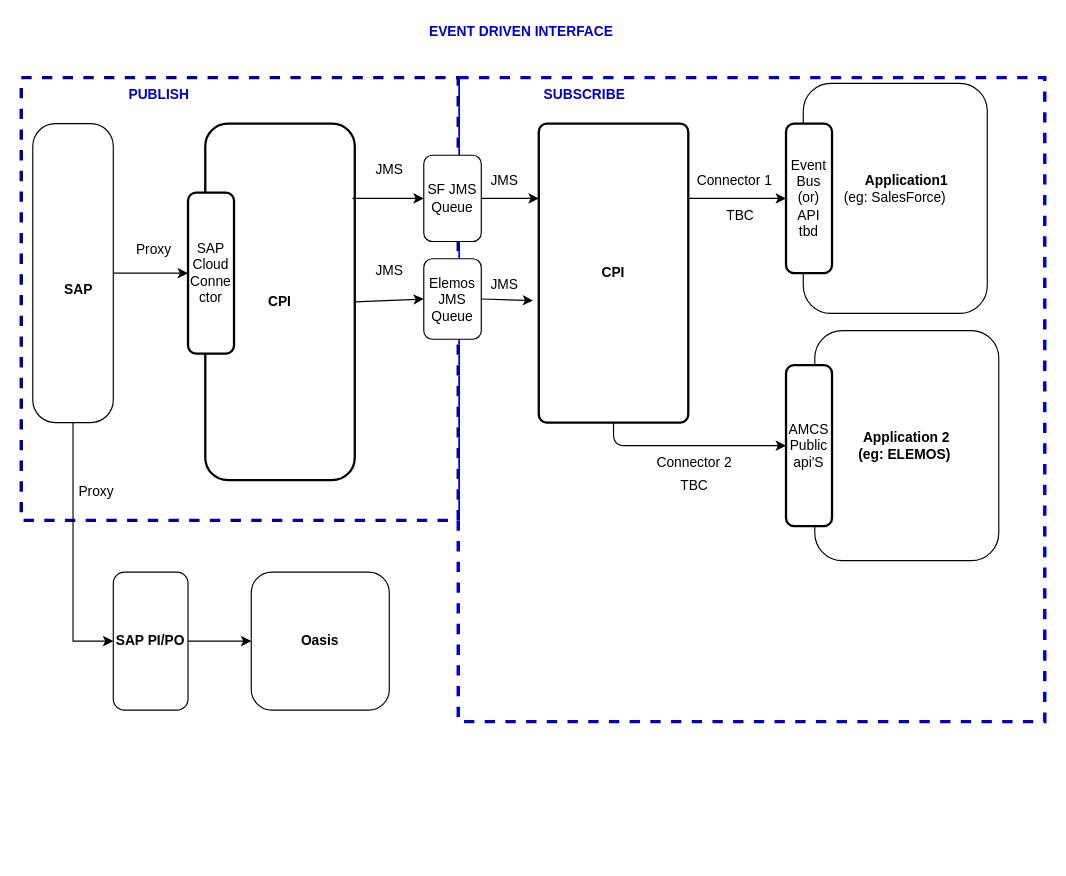
The draw.io diagram creditHold2.drawio in rdshankar-coder/rds, before the edit. Source tidied: cells renumbered, new cells numbered last; positions are measured from the earlier drawing's top-left corner, leaving out a move shared by most shapes. Both pictures are drawn from the tidied source at 115%, with x=0, y=0 at pixel (21, 20). Pictures stored in the file or linked from it are replaced by grey dashed boxes.
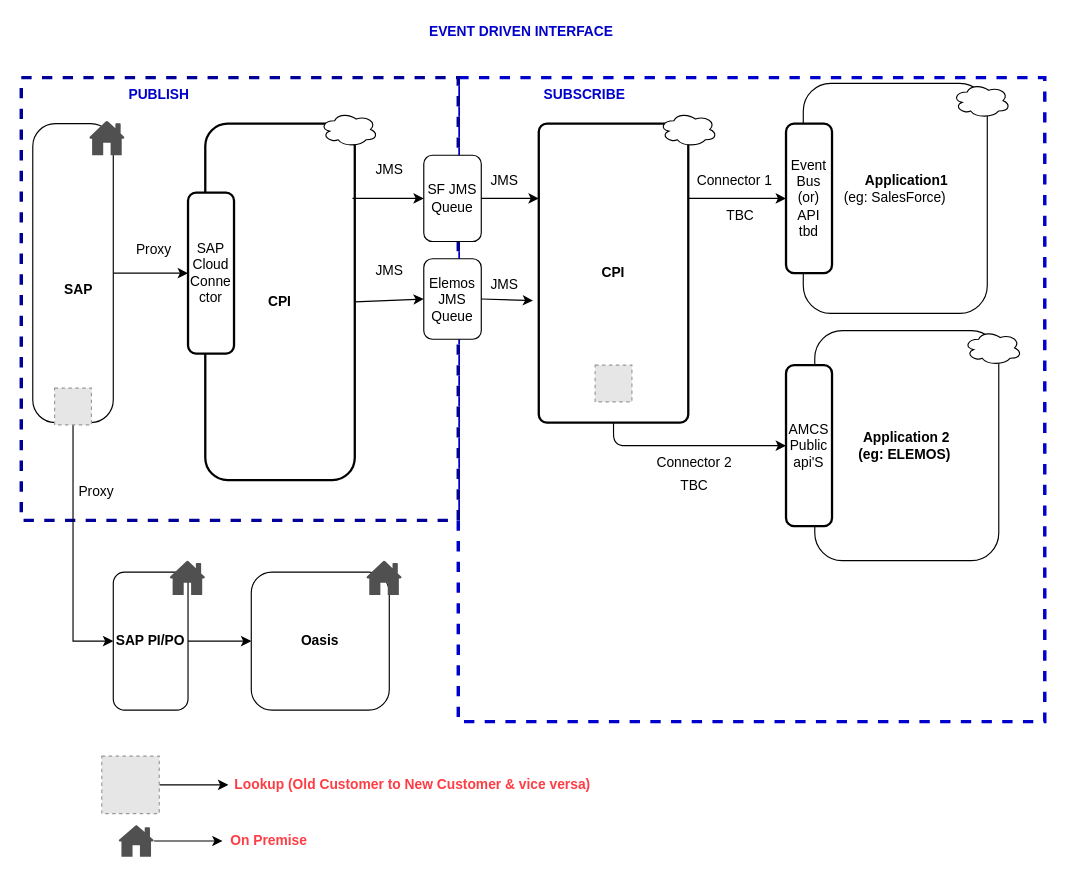
After the change.

Unchanged cells that the change refers to:
```xml
<mxCell id="2" style="group;" parent="1" vertex="1">
  <mxGeometry y="50" width="890" height="560" as="geometry" />
</mxCell>
```

The edit, as a diff of the source:
```diff
@@
+    <mxCell id="41" style="fillColor=#E6E6E6;strokeColor=#999999;dashed=1;html=1;verticalAlign=top;verticalLabelPosition=bottom;labelBackgroundColor=#ffffff;" parent="2" vertex="1">
+      <mxGeometry x="499" y="250" width="32" height="32" as="geometry" />
+    </mxCell>
+    <mxCell id="42" style="fillColor=#E6E6E6;strokeColor=#999999;dashed=1;html=1;verticalAlign=top;verticalLabelPosition=bottom;labelBackgroundColor=#ffffff;" parent="2" vertex="1">
+      <mxGeometry x="29" y="270" width="32" height="32" as="geometry" />
+    </mxCell>
+    <mxCell id="43" style="shadow=0;dashed=0;html=1;strokeColor=none;fillColor=#505050;labelPosition=center;verticalLabelPosition=bottom;verticalAlign=top;align=center;shape=mxgraph.office.concepts.home;" parent="2" vertex="1">
+      <mxGeometry x="59" y="37.5" width="31" height="30" as="geometry" />
+    </mxCell>
+    <mxCell id="44" style="shadow=0;dashed=0;html=1;strokeColor=none;fillColor=#505050;labelPosition=center;verticalLabelPosition=bottom;verticalAlign=top;align=center;shape=mxgraph.office.concepts.home;" parent="2" vertex="1">
+      <mxGeometry x="129" y="420" width="31" height="30" as="geometry" />
+    </mxCell>
+    <mxCell id="45" style="shadow=0;dashed=0;html=1;strokeColor=none;fillColor=#505050;labelPosition=center;verticalLabelPosition=bottom;verticalAlign=top;align=center;shape=mxgraph.office.concepts.home;" parent="2" vertex="1">
+      <mxGeometry x="300" y="420" width="31" height="30" as="geometry" />
+    </mxCell>
+    <mxCell id="46" style="ellipse;shape=cloud;whiteSpace=wrap;html=1;" parent="2" vertex="1">
+      <mxGeometry x="260" y="30" width="50" height="30" as="geometry" />
+    </mxCell>
+    <mxCell id="47" style="ellipse;shape=cloud;whiteSpace=wrap;html=1;" parent="2" vertex="1">
+      <mxGeometry x="555" y="30" width="50" height="30" as="geometry" />
+    </mxCell>
+    <mxCell id="48" style="ellipse;shape=cloud;whiteSpace=wrap;html=1;" parent="2" vertex="1">
+      <mxGeometry x="810" y="5" width="50" height="30" as="geometry" />
+    </mxCell>
+    <mxCell id="49" style="ellipse;shape=cloud;whiteSpace=wrap;html=1;" parent="2" vertex="1">
+      <mxGeometry x="820" y="220" width="50" height="30" as="geometry" />
+    </mxCell>
@@
+    <mxCell id="50" style="edgeStyle=orthogonalEdgeStyle;rounded=0;jettySize=auto;html=1;exitX=1;exitY=0.5;exitDx=0;exitDy=0;" parent="1" edge="1" source="51" target="52">
+      <mxGeometry relative="1" as="geometry" />
+    </mxCell>
+    <mxCell id="51" style="fillColor=#E6E6E6;strokeColor=#999999;dashed=1;html=1;verticalAlign=top;verticalLabelPosition=bottom;labelBackgroundColor=#ffffff;" parent="1" vertex="1">
+      <mxGeometry x="70" y="640" width="50" height="50" as="geometry" />
+    </mxCell>
+    <mxCell id="52" value="&lt;b&gt;&lt;font color=&quot;#ff3d44&quot;&gt;Lookup (Old Customer to New Customer &amp;amp; vice versa)&lt;/font&gt;&lt;/b&gt;" style="text;html=1;align=center;verticalAlign=middle;points=[];" parent="1" vertex="1">
+      <mxGeometry x="180" y="655" width="320" height="20" as="geometry" />
+    </mxCell>
+    <mxCell id="53" style="edgeStyle=orthogonalEdgeStyle;rounded=0;jettySize=auto;html=1;" parent="1" edge="1" source="54" target="55">
+      <mxGeometry relative="1" as="geometry" />
+    </mxCell>
+    <mxCell id="54" style="shadow=0;dashed=0;html=1;strokeColor=none;fillColor=#505050;labelPosition=center;verticalLabelPosition=bottom;verticalAlign=top;outlineConnect=0;align=center;shape=mxgraph.office.concepts.home;" parent="1" vertex="1">
+      <mxGeometry x="84.5" y="700" width="31" height="27.5" as="geometry" />
+    </mxCell>
+    <mxCell id="55" value="&lt;b&gt;&lt;font color=&quot;#ff3d44&quot;&gt;On Premise&lt;/font&gt;&lt;/b&gt;" style="text;html=1;align=center;verticalAlign=middle;points=[];" parent="1" vertex="1">
+      <mxGeometry x="175" y="703.8" width="80" height="20" as="geometry" />
+    </mxCell>
```
